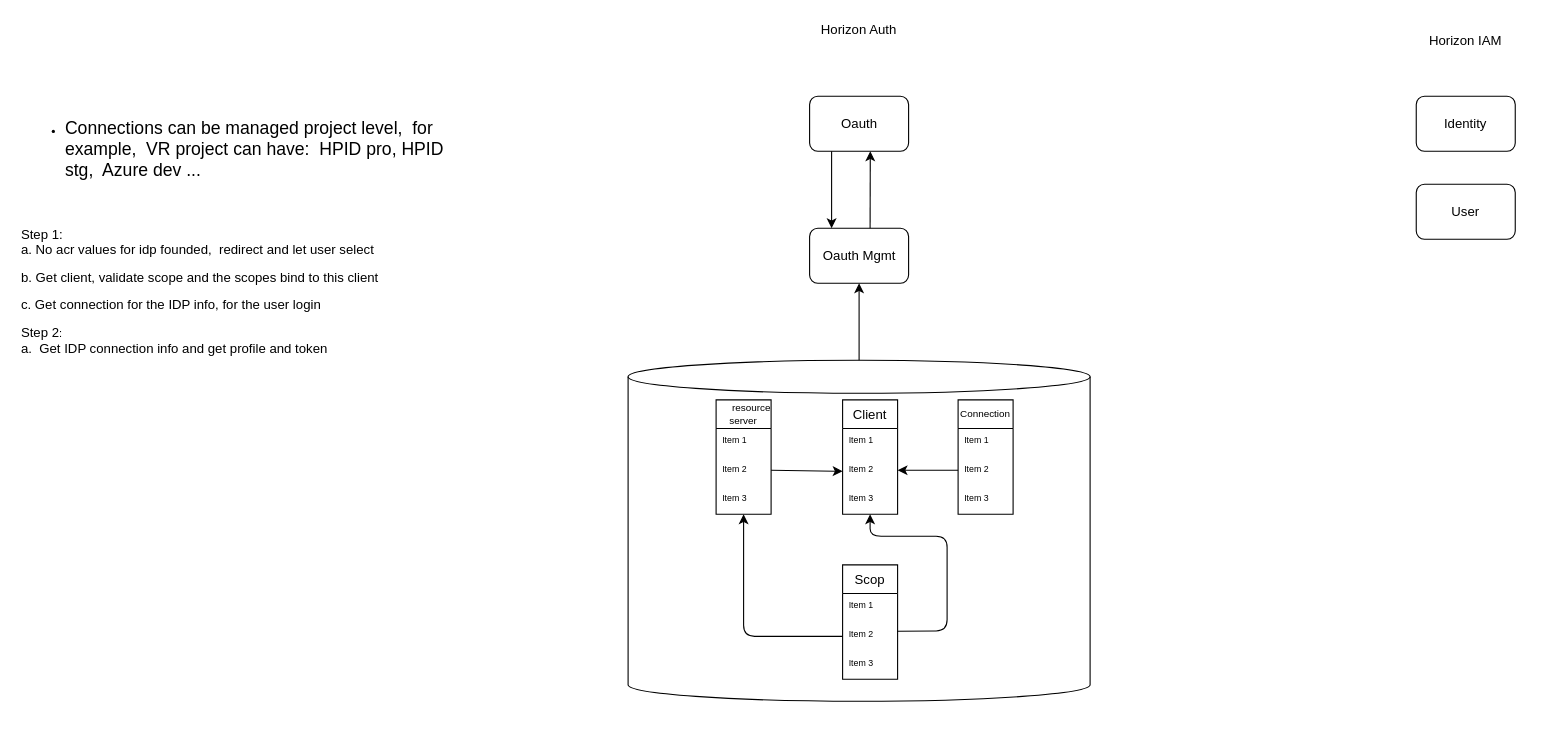
Above: page "Page-1" (1 of 2) of Untitled Diagram.drawio in zhangwm1987/mydraw_io (draw.io), before the change. Source tidied: cells renumbered, new cells numbered last; positions are measured from the earlier drawing's top-left corner, leaving out a move shared by most shapes. Both pictures are drawn from the tidied source at 110%, with x=0, y=0 at pixel (19, 19).
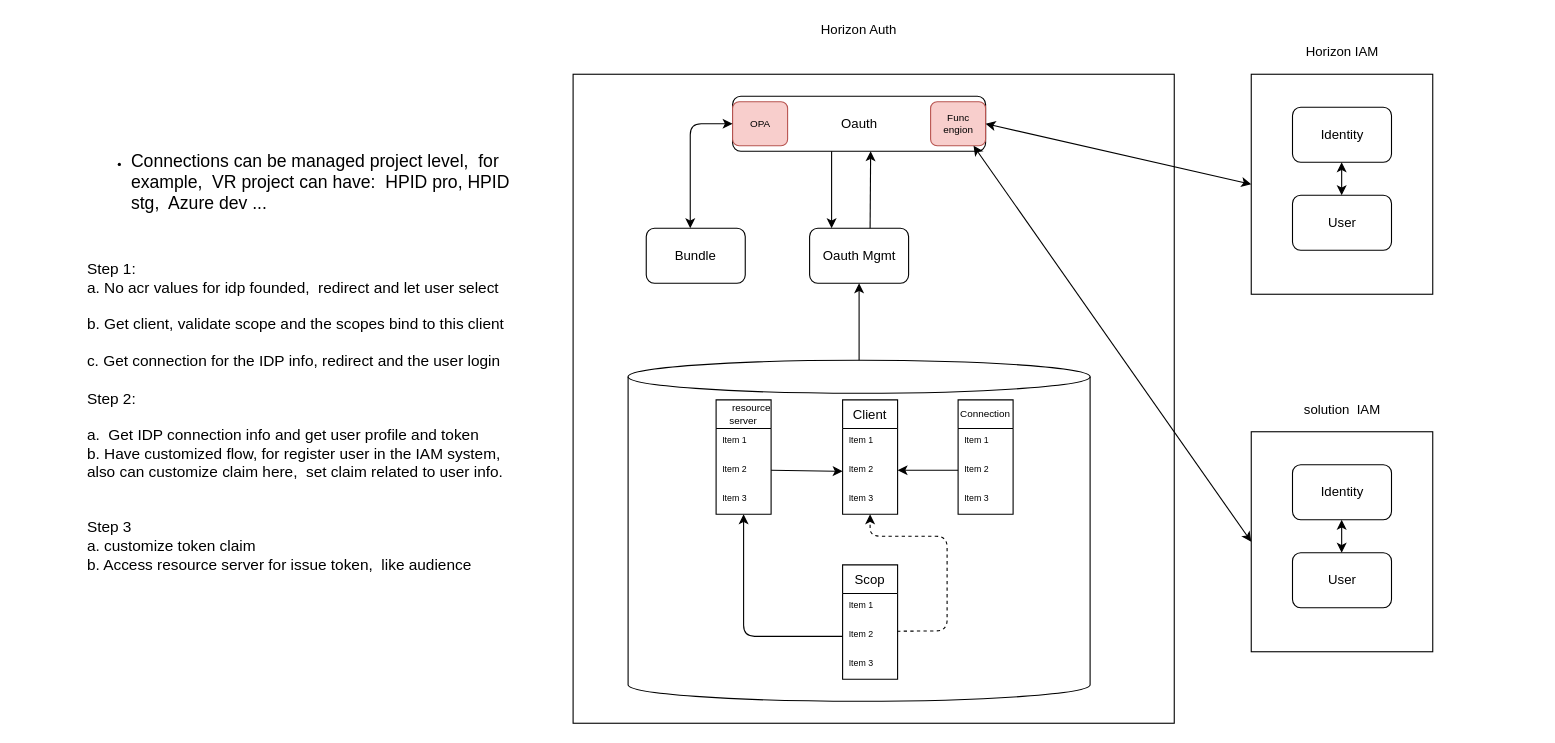
The same page after the edit.

The change refers to these unchanged cells:
```xml
<mxCell id="12" value="Item 3" style="text;strokeColor=none;fillColor=none;align=left;verticalAlign=top;spacingLeft=4;spacingRight=4;overflow=hidden;points=[[0,0.5],[1,0.5]];portConstraint=eastwest;fontSize=8;" parent="9" vertex="1">
  <mxGeometry y="78" width="50" height="26" as="geometry" />
</mxCell>
<mxCell id="15" value="Item 2" style="text;strokeColor=none;fillColor=none;align=left;verticalAlign=top;spacingLeft=4;spacingRight=4;overflow=hidden;points=[[0,0.5],[1,0.5]];portConstraint=eastwest;fontSize=8;" parent="13" vertex="1">
  <mxGeometry y="52" width="50" height="26" as="geometry" />
</mxCell>
```

The edit, as a diff of the source:
```diff
@@
+    <mxCell id="33" style="rounded=0;whiteSpace=wrap;html=1;fontSize=9;gradientColor=none;" parent="1" vertex="1">
+      <mxGeometry x="1120" y="375" width="165" height="200" as="geometry" />
+    </mxCell>
+    <mxCell id="34" style="rounded=0;whiteSpace=wrap;html=1;fontSize=9;gradientColor=none;" parent="1" vertex="1">
+      <mxGeometry x="1120" y="50" width="165" height="200" as="geometry" />
+    </mxCell>
+    <mxCell id="35" style="rounded=0;whiteSpace=wrap;html=1;fontSize=9;gradientColor=none;" parent="1" vertex="1">
+      <mxGeometry x="503.5" y="50" width="546.5" height="590" as="geometry" />
+    </mxCell>
@@
     <mxCell id="3" value="Oauth" style="rounded=1;whiteSpace=wrap;html=1;" parent="1" vertex="1">
-      <mxGeometry x="718.5" y="70" width="90" height="50" as="geometry" />
+      <mxGeometry x="648.5" y="70" width="230" height="50" as="geometry" />
     </mxCell>
@@
     <mxCell id="6" value="Horizon IAM" style="text;html=1;strokeColor=none;fillColor=none;align=center;verticalAlign=middle;whiteSpace=wrap;rounded=0;" parent="1" vertex="1">
-      <mxGeometry x="1250" y="10" width="130" height="20" as="geometry" />
+      <mxGeometry x="1137.5" y="20" width="130" height="20" as="geometry" />
     </mxCell>
     <mxCell id="7" value="Identity" style="rounded=1;whiteSpace=wrap;html=1;" parent="1" vertex="1">
-      <mxGeometry x="1270" y="70" width="90" height="50" as="geometry" />
+      <mxGeometry x="1157.5" y="80" width="90" height="50" as="geometry" />
     </mxCell>
     <mxCell id="8" value="User" style="rounded=1;whiteSpace=wrap;html=1;" parent="1" vertex="1">
-      <mxGeometry x="1270" y="150" width="90" height="50" as="geometry" />
+      <mxGeometry x="1157.5" y="160" width="90" height="50" as="geometry" />
     </mxCell>
@@
-    <mxCell id="25" value="&lt;div&gt;&lt;br&gt;&lt;/div&gt;&lt;ul&gt;&lt;li&gt;&lt;font&gt;&lt;font style=&quot;font-size: 16px&quot;&gt;Connections can be managed project level,&amp;nbsp; for example,&amp;nbsp; VR project can have:&amp;nbsp; HPID pro, HPID stg,&amp;nbsp; Azure dev ...&lt;/font&gt;&lt;/font&gt;&lt;/li&gt;&lt;/ul&gt;&lt;font&gt;&lt;br&gt;&lt;br&gt;&lt;br&gt;&lt;span style=&quot;font-size: 12px&quot;&gt;Step 1:&lt;/span&gt;&lt;br&gt;&lt;span style=&quot;font-size: 12px&quot;&gt;a. No acr values for idp founded,&amp;nbsp; redirect and let user select&lt;/span&gt;&lt;br&gt;&lt;br&gt;&lt;span style=&quot;font-size: 12px&quot;&gt;b. Get client, validate scope and the scopes bind to this client&lt;/span&gt;&lt;br&gt;&lt;br&gt;&lt;span style=&quot;font-size: 12px&quot;&gt;c. Get connection for the IDP info, for the user login&lt;/span&gt;&lt;br&gt;&lt;br&gt;&lt;font style=&quot;font-size: 12px&quot;&gt;Step 2&lt;/font&gt;&lt;font&gt;&lt;span style=&quot;font-size: 10px&quot;&gt;:&lt;/span&gt;&lt;br&gt;&lt;font style=&quot;font-size: 12px&quot;&gt;a.&amp;nbsp; Get IDP connection info and get profile and token&lt;br&gt;&lt;/font&gt;&lt;br&gt;&lt;/font&gt;&lt;br&gt;&lt;br&gt;&lt;br&gt;&lt;br&gt;&lt;/font&gt;" style="text;html=1;strokeColor=none;fillColor=none;align=left;verticalAlign=middle;whiteSpace=wrap;rounded=0;fontSize=9;" parent="1" vertex="1">
-      <mxGeometry y="95" width="400" height="240" as="geometry" />
+    <mxCell id="25" value="&lt;div&gt;&lt;br&gt;&lt;/div&gt;&lt;ul&gt;&lt;li&gt;&lt;font&gt;&lt;font style=&quot;font-size: 16px&quot;&gt;Connections can be managed project level,&amp;nbsp; for example,&amp;nbsp; VR project can have:&amp;nbsp; HPID pro, HPID stg,&amp;nbsp; Azure dev ...&lt;/font&gt;&lt;/font&gt;&lt;/li&gt;&lt;/ul&gt;&lt;font&gt;&lt;br&gt;&lt;br&gt;&lt;br&gt;&lt;font style=&quot;font-size: 14px&quot;&gt;&lt;font&gt;Step 1:&lt;br&gt;a. No acr values for idp founded,&amp;nbsp; redirect and let user select&lt;br&gt;&lt;br&gt;b. Get client, validate scope and the scopes bind to this client&lt;br&gt;&lt;br&gt;c. Get connection for the IDP info, redirect and the user login&lt;br&gt;&lt;/font&gt;&lt;br&gt;&lt;font&gt;Step 2&lt;/font&gt;&lt;/font&gt;&lt;font&gt;&lt;font style=&quot;font-size: 14px&quot;&gt;:&lt;br&gt;&lt;br&gt;&lt;/font&gt;&lt;font&gt;&lt;font style=&quot;font-size: 14px&quot;&gt;a.&amp;nbsp; Get IDP connection info and get user profile and token&lt;br&gt;b. Have customized flow, for register user in the IAM system,&amp;nbsp; also can customize claim here,&amp;nbsp; set claim related to user info.&lt;br&gt;&lt;br&gt;&lt;br&gt;Step 3&lt;br&gt;a. customize token claim&lt;br&gt;b. Access resource server for issue token,&amp;nbsp; like audience&lt;/font&gt;&lt;br&gt;&lt;br&gt;&lt;br&gt;&lt;br&gt;&lt;/font&gt;&lt;br&gt;&lt;/font&gt;&lt;br&gt;&lt;br&gt;&lt;br&gt;&lt;br&gt;&lt;/font&gt;" style="text;html=1;strokeColor=none;fillColor=none;align=left;verticalAlign=middle;whiteSpace=wrap;rounded=0;fontSize=9;" parent="1" vertex="1">
+      <mxGeometry x="60" y="107.5" width="400" height="475" as="geometry" />
     </mxCell>
@@
-    <mxCell id="27" style="endArrow=classic;html=1;fontSize=9;entryX=0.613;entryY=1.002;entryDx=0;entryDy=0;entryPerimeter=0;" parent="1" edge="1" target="3">
+    <mxCell id="27" style="endArrow=classic;html=1;fontSize=9;" parent="1" edge="1">
       <mxGeometry relative="1" as="geometry">
         <mxPoint x="773.5" y="190" as="sourcePoint" />
+        <mxPoint x="774" y="120" as="targetPoint" />
       </mxGeometry>
     </mxCell>
@@
-    <mxCell id="31" style="endArrow=classic;html=1;fontSize=9;exitX=0.991;exitY=0.32;exitDx=0;exitDy=0;exitPerimeter=0;" parent="1" edge="1" source="15" target="12">
+    <mxCell id="31" style="endArrow=classic;html=1;fontSize=9;exitX=0.991;exitY=0.32;exitDx=0;exitDy=0;exitPerimeter=0;dashed=1;" parent="1" edge="1" source="15" target="12">
       <mxGeometry relative="1" as="geometry">
         <Array as="points">
           <mxPoint x="843.5" y="556" />
           <mxPoint x="843.5" y="470" />
           <mxPoint x="773.5" y="470" />
         </Array>
       </mxGeometry>
     </mxCell>
@@
+    <mxCell id="36" value="solution&amp;nbsp; IAM" style="text;html=1;strokeColor=none;fillColor=none;align=center;verticalAlign=middle;whiteSpace=wrap;rounded=0;" parent="1" vertex="1">
+      <mxGeometry x="1137.5" y="345" width="130" height="20" as="geometry" />
+    </mxCell>
+    <mxCell id="37" value="Identity" style="rounded=1;whiteSpace=wrap;html=1;" parent="1" vertex="1">
+      <mxGeometry x="1157.5" y="405" width="90" height="50" as="geometry" />
+    </mxCell>
+    <mxCell id="38" value="User" style="rounded=1;whiteSpace=wrap;html=1;" parent="1" vertex="1">
+      <mxGeometry x="1157.5" y="485" width="90" height="50" as="geometry" />
+    </mxCell>
+    <mxCell id="39" style="endArrow=classic;startArrow=classic;html=1;fontSize=9;" parent="1" edge="1">
+      <mxGeometry relative="1" as="geometry">
+        <mxPoint x="1202.2" y="160" as="sourcePoint" />
+        <mxPoint x="1202.2" y="130" as="targetPoint" />
+      </mxGeometry>
+    </mxCell>
+    <mxCell id="40" style="endArrow=classic;startArrow=classic;html=1;fontSize=9;" parent="1" edge="1">
+      <mxGeometry relative="1" as="geometry">
+        <mxPoint x="1202.2" y="485" as="sourcePoint" />
+        <mxPoint x="1202.2" y="455" as="targetPoint" />
+      </mxGeometry>
+    </mxCell>
+    <mxCell id="41" value="Func engion" style="rounded=1;whiteSpace=wrap;html=1;fontSize=9;fillColor=#f8cecc;strokeColor=#b85450;" parent="1" vertex="1">
+      <mxGeometry x="828.5" y="75" width="50" height="40" as="geometry" />
+    </mxCell>
+    <mxCell id="42" value="OPA" style="rounded=1;whiteSpace=wrap;html=1;fontSize=9;fillColor=#f8cecc;strokeColor=#b85450;" parent="1" vertex="1">
+      <mxGeometry x="648.5" y="75" width="50" height="40" as="geometry" />
+    </mxCell>
+    <mxCell id="43" value="Bundle" style="rounded=1;whiteSpace=wrap;html=1;" parent="1" vertex="1">
+      <mxGeometry x="570" y="190" width="90" height="50" as="geometry" />
+    </mxCell>
+    <mxCell id="44" style="endArrow=classic;startArrow=classic;html=1;shadow=0;fontSize=9;entryX=0;entryY=0.5;entryDx=0;entryDy=0;" parent="1" edge="1" target="42">
+      <mxGeometry relative="1" as="geometry">
+        <mxPoint x="610" y="190" as="sourcePoint" />
+        <Array as="points">
+          <mxPoint x="610" y="95" />
+        </Array>
+      </mxGeometry>
+    </mxCell>
+    <mxCell id="45" style="endArrow=classic;startArrow=classic;html=1;shadow=0;fontSize=9;entryX=0;entryY=0.5;entryDx=0;entryDy=0;exitX=1;exitY=0.5;exitDx=0;exitDy=0;" parent="1" edge="1" source="41" target="34">
+      <mxGeometry relative="1" as="geometry" />
+    </mxCell>
+    <mxCell id="46" style="endArrow=classic;startArrow=classic;html=1;shadow=0;fontSize=9;entryX=0;entryY=0.5;entryDx=0;entryDy=0;" parent="1" edge="1" source="41" target="33">
+      <mxGeometry relative="1" as="geometry" />
+    </mxCell>
```
